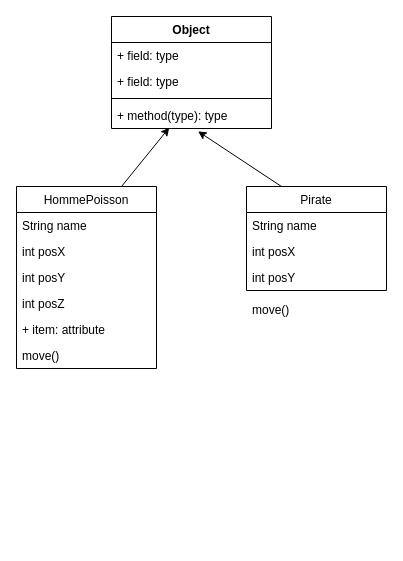
Above: schema.drawio in elimut/Java_heritage_perso (draw.io), before the change. Source tidied: cells renumbered, new cells numbered last; positions are measured from the earlier drawing's top-left corner, leaving out a move shared by most shapes. Both pictures are drawn from the tidied source at 100%, with x=0, y=0 at pixel (16, 16).
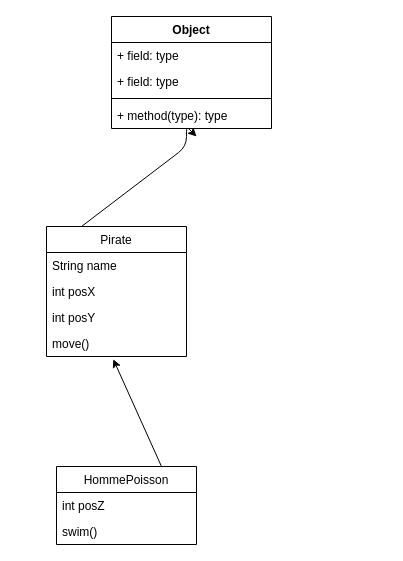
The same page after the edit.

The change refers to these unchanged cells:
```xml
<mxCell id="6" value="+ method(type): type" style="text;strokeColor=none;fillColor=none;align=left;verticalAlign=top;spacingLeft=4;spacingRight=4;overflow=hidden;points=[[0,0.5],[1,0.5]];portConstraint=eastwest;" parent="2" vertex="1">
  <mxGeometry y="86" width="160" height="26" as="geometry" />
</mxCell>
```

Diff of the diagram source:
```diff
@@
-    <mxCell id="7" style="edgeStyle=none;html=1;exitX=0.75;exitY=0;exitDx=0;exitDy=0;entryX=0.361;entryY=0.966;entryDx=0;entryDy=0;entryPerimeter=0;" parent="1" edge="1" source="8" target="6">
+    <mxCell id="7" style="edgeStyle=none;html=1;exitX=0.75;exitY=0;exitDx=0;exitDy=0;entryX=0.477;entryY=1.107;entryDx=0;entryDy=0;entryPerimeter=0;" parent="1" edge="1" source="8" target="20">
       <mxGeometry relative="1" as="geometry" />
     </mxCell>
     <mxCell id="8" value="HommePoisson" style="swimlane;fontStyle=0;horizontal=1;startSize=26;fillColor=none;" parent="1" vertex="1">
-      <mxGeometry y="170" width="140" height="182" as="geometry" />
+      <mxGeometry x="40" y="450" width="140" height="78" as="geometry" />
     </mxCell>
-    <mxCell id="9" value="String name" style="text;strokeColor=none;fillColor=none;align=left;verticalAlign=top;spacingLeft=4;spacingRight=4;overflow=hidden;" parent="8" vertex="1">
-      <mxGeometry y="26" width="140" height="26" as="geometry" />
-    </mxCell>
-    <mxCell id="10" value="int posX" style="text;strokeColor=none;fillColor=none;align=left;verticalAlign=top;spacingLeft=4;spacingRight=4;overflow=hidden;" parent="8" vertex="1">
-      <mxGeometry y="52" width="140" height="26" as="geometry" />
-    </mxCell>
-    <mxCell id="11" value="int posY" style="text;strokeColor=none;fillColor=none;align=left;verticalAlign=top;spacingLeft=4;spacingRight=4;overflow=hidden;" parent="8" vertex="1">
-      <mxGeometry y="78" width="140" height="26" as="geometry" />
-    </mxCell>
     <mxCell id="12" value="int posZ" style="text;strokeColor=none;fillColor=none;align=left;verticalAlign=top;spacingLeft=4;spacingRight=4;overflow=hidden;" parent="8" vertex="1">
-      <mxGeometry y="104" width="140" height="26" as="geometry" />
+      <mxGeometry y="26" width="140" height="26" as="geometry" />
     </mxCell>
-    <mxCell id="13" value="+ item: attribute" style="text;strokeColor=none;fillColor=none;align=left;verticalAlign=top;spacingLeft=4;spacingRight=4;overflow=hidden;" parent="8" vertex="1">
-      <mxGeometry y="130" width="140" height="26" as="geometry" />
+    <mxCell id="13" value="swim()" style="text;strokeColor=none;fillColor=none;align=left;verticalAlign=top;spacingLeft=4;spacingRight=4;overflow=hidden;" parent="8" vertex="1">
+      <mxGeometry y="52" width="140" height="26" as="geometry" />
     </mxCell>
-    <mxCell id="14" value="move()" style="text;strokeColor=none;fillColor=none;align=left;verticalAlign=top;spacingLeft=4;spacingRight=4;overflow=hidden;" parent="8" vertex="1">
-      <mxGeometry y="156" width="140" height="26" as="geometry" />
-    </mxCell>
-    <mxCell id="15" style="edgeStyle=none;html=1;exitX=0.25;exitY=0;exitDx=0;exitDy=0;entryX=0.541;entryY=1.109;entryDx=0;entryDy=0;entryPerimeter=0;" parent="1" edge="1" source="16" target="6">
-      <mxGeometry relative="1" as="geometry" />
+    <mxCell id="15" style="edgeStyle=none;html=1;exitX=0.25;exitY=0;exitDx=0;exitDy=0;" parent="1" edge="1" source="16">
+      <mxGeometry relative="1" as="geometry">
+        <mxPoint x="180" y="120" as="targetPoint" />
+        <Array as="points">
+          <mxPoint x="170" y="130" />
+          <mxPoint x="170" y="110" />
+        </Array>
+      </mxGeometry>
     </mxCell>
     <mxCell id="16" value="Pirate" style="swimlane;fontStyle=0;horizontal=1;startSize=26;fillColor=none;" parent="1" vertex="1">
-      <mxGeometry x="230" y="170" width="140" height="104" as="geometry" />
+      <mxGeometry x="30" y="210" width="140" height="130" as="geometry" />
     </mxCell>
@@
-    <mxCell id="20" value="move()" style="text;strokeColor=none;fillColor=none;align=left;verticalAlign=top;spacingLeft=4;spacingRight=4;overflow=hidden;points=[[0,0.5],[1,0.5]];portConstraint=eastwest;" parent="1" vertex="1">
-      <mxGeometry x="230" y="280" width="140" height="26" as="geometry" />
+    <mxCell id="20" value="move()" style="text;strokeColor=none;fillColor=none;align=left;verticalAlign=top;spacingLeft=4;spacingRight=4;overflow=hidden;points=[[0,0.5],[1,0.5]];portConstraint=eastwest;" parent="16" vertex="1">
+      <mxGeometry y="104" width="140" height="26" as="geometry" />
     </mxCell>
```
